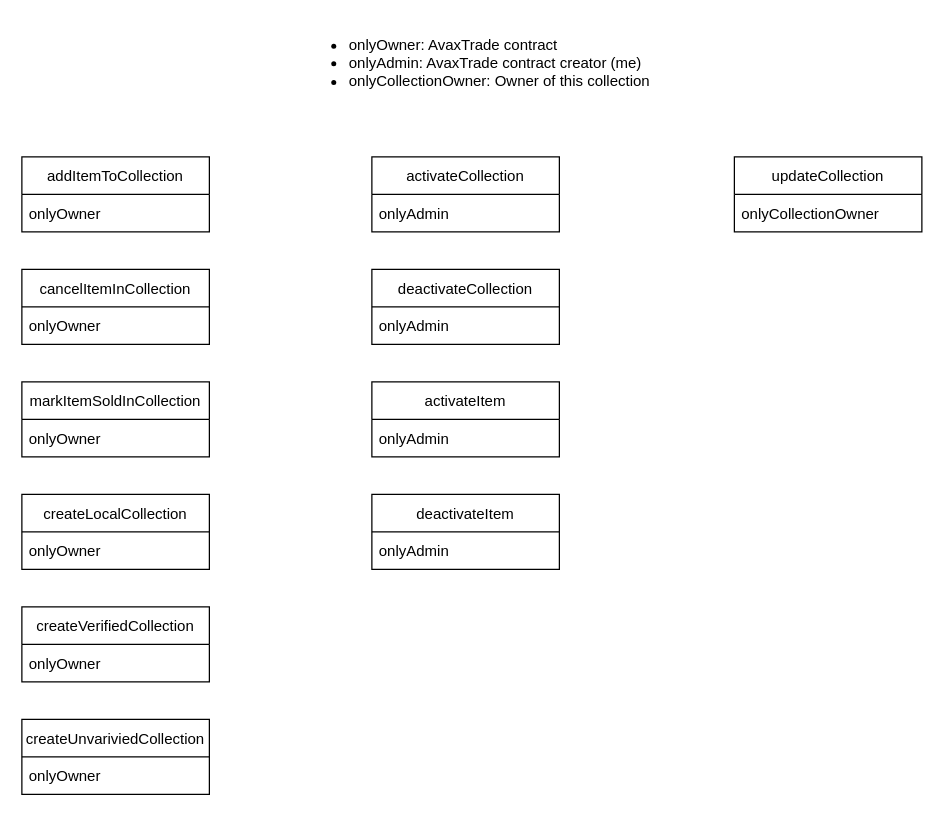
This is page "CollectionItem" (3 of 4) of diagram.drawio from Bumble-Buzz/app, a draw.io file, before an edit. Source tidied: cells renumbered, new cells numbered last; positions are measured from the earlier drawing's top-left corner, leaving out a move shared by most shapes. Both pictures are drawn from the tidied source at 125%, with x=0, y=0 at pixel (21, 31).
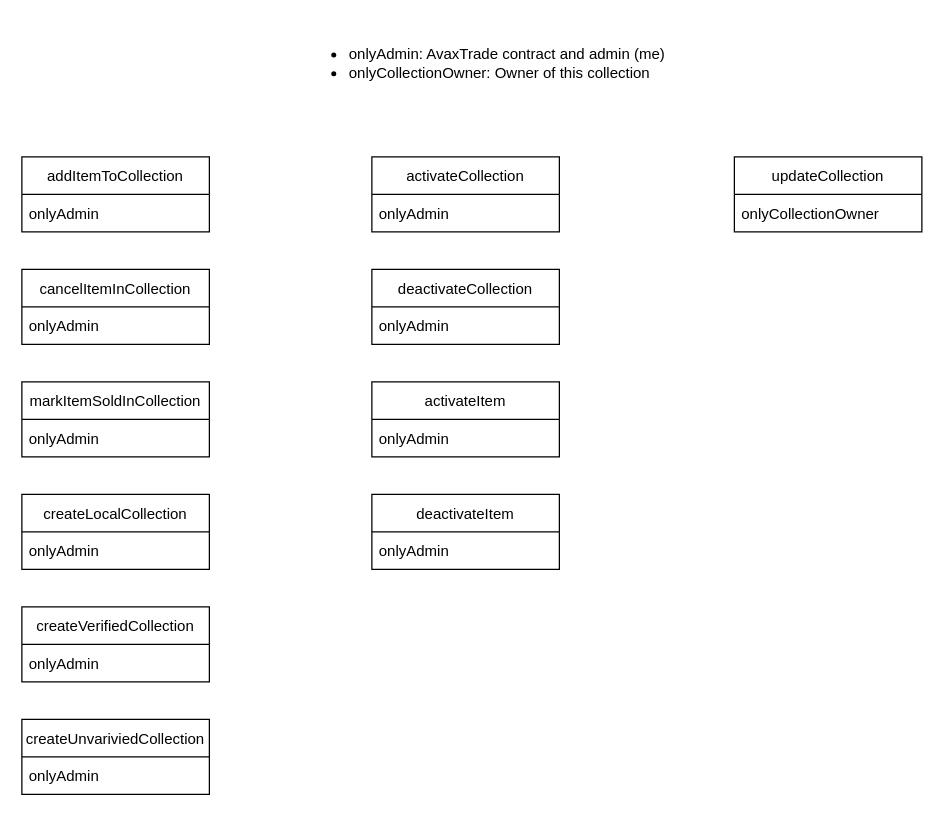
After the change.

Unchanged cells that the change refers to:
```xml
<mxCell id="2" value="addItemToCollection" style="swimlane;fontStyle=0;horizontal=1;startSize=30;" parent="1" vertex="1">
  <mxGeometry y="100" width="150" height="60" as="geometry" />
</mxCell>
<mxCell id="4" value="cancelItemInCollection" style="swimlane;fontStyle=0;horizontal=1;startSize=30;" parent="1" vertex="1">
  <mxGeometry y="190" width="150" height="60" as="geometry" />
</mxCell>
<mxCell id="6" value="markItemSoldInCollection" style="swimlane;fontStyle=0;horizontal=1;startSize=30;" parent="1" vertex="1">
  <mxGeometry y="280" width="150" height="60" as="geometry" />
</mxCell>
<mxCell id="9" value="createLocalCollection" style="swimlane;fontStyle=0;horizontal=1;startSize=30;" parent="1" vertex="1">
  <mxGeometry y="370" width="150" height="60" as="geometry" />
</mxCell>
<mxCell id="11" value="createVerifiedCollection" style="swimlane;fontStyle=0;horizontal=1;startSize=30;" parent="1" vertex="1">
  <mxGeometry y="460" width="150" height="60" as="geometry" />
</mxCell>
<mxCell id="13" value="createUnvariviedCollection" style="swimlane;fontStyle=0;horizontal=1;startSize=30;" parent="1" vertex="1">
  <mxGeometry y="550" width="150" height="60" as="geometry" />
</mxCell>
```

Diff of the diagram source:
```diff
@@
-    <mxCell id="3" value="onlyOwner" style="text;strokeColor=none;fillColor=none;align=left;verticalAlign=middle;spacingLeft=4;spacingRight=4;overflow=hidden;" parent="2" vertex="1">
+    <mxCell id="3" value="onlyAdmin" style="text;strokeColor=none;fillColor=none;align=left;verticalAlign=middle;spacingLeft=4;spacingRight=4;overflow=hidden;" parent="2" vertex="1">
       <mxGeometry y="30" width="150" height="30" as="geometry" />
     </mxCell>
@@
-    <mxCell id="5" value="onlyOwner" style="text;strokeColor=none;fillColor=none;align=left;verticalAlign=middle;spacingLeft=4;spacingRight=4;overflow=hidden;" parent="4" vertex="1">
+    <mxCell id="5" value="onlyAdmin" style="text;strokeColor=none;fillColor=none;align=left;verticalAlign=middle;spacingLeft=4;spacingRight=4;overflow=hidden;" parent="4" vertex="1">
       <mxGeometry y="30" width="150" height="30" as="geometry" />
     </mxCell>
@@
-    <mxCell id="7" value="onlyOwner" style="text;strokeColor=none;fillColor=none;align=left;verticalAlign=middle;spacingLeft=4;spacingRight=4;overflow=hidden;" parent="6" vertex="1">
+    <mxCell id="7" value="onlyAdmin" style="text;strokeColor=none;fillColor=none;align=left;verticalAlign=middle;spacingLeft=4;spacingRight=4;overflow=hidden;" parent="6" vertex="1">
       <mxGeometry y="30" width="150" height="30" as="geometry" />
     </mxCell>
-    <mxCell id="8" value="&lt;ul&gt;&lt;li&gt;&lt;span&gt;onlyOwner: AvaxTrade contract&lt;/span&gt;&lt;/li&gt;&lt;li&gt;&lt;span&gt;onlyAdmin: AvaxTrade contract creator (me)&lt;/span&gt;&lt;/li&gt;&lt;li&gt;&lt;span&gt;onlyCollectionOwner: Owner of this collection&lt;/span&gt;&lt;/li&gt;&lt;/ul&gt;" style="text;html=1;strokeColor=none;fillColor=none;align=left;verticalAlign=middle;whiteSpace=wrap;rounded=0;" parent="1" vertex="1">
+    <mxCell id="8" value="&lt;ul&gt;&lt;li&gt;&lt;span&gt;onlyAdmin: AvaxTrade contract and&lt;/span&gt;&lt;span&gt;&amp;nbsp;admin (me)&lt;/span&gt;&lt;br&gt;&lt;/li&gt;&lt;li&gt;&lt;span&gt;onlyCollectionOwner: Owner of this collection&lt;/span&gt;&lt;/li&gt;&lt;/ul&gt;" style="text;html=1;strokeColor=none;fillColor=none;align=left;verticalAlign=middle;whiteSpace=wrap;rounded=0;" parent="1" vertex="1">
       <mxGeometry x="220" width="316" height="50" as="geometry" />
     </mxCell>
@@
-    <mxCell id="10" value="onlyOwner" style="text;strokeColor=none;fillColor=none;align=left;verticalAlign=middle;spacingLeft=4;spacingRight=4;overflow=hidden;" parent="9" vertex="1">
+    <mxCell id="10" value="onlyAdmin" style="text;strokeColor=none;fillColor=none;align=left;verticalAlign=middle;spacingLeft=4;spacingRight=4;overflow=hidden;" parent="9" vertex="1">
       <mxGeometry y="30" width="150" height="30" as="geometry" />
     </mxCell>
@@
-    <mxCell id="12" value="onlyOwner" style="text;strokeColor=none;fillColor=none;align=left;verticalAlign=middle;spacingLeft=4;spacingRight=4;overflow=hidden;" parent="11" vertex="1">
+    <mxCell id="12" value="onlyAdmin" style="text;strokeColor=none;fillColor=none;align=left;verticalAlign=middle;spacingLeft=4;spacingRight=4;overflow=hidden;" parent="11" vertex="1">
       <mxGeometry y="30" width="150" height="30" as="geometry" />
     </mxCell>
@@
-    <mxCell id="14" value="onlyOwner" style="text;strokeColor=none;fillColor=none;align=left;verticalAlign=middle;spacingLeft=4;spacingRight=4;overflow=hidden;" parent="13" vertex="1">
+    <mxCell id="14" value="onlyAdmin" style="text;strokeColor=none;fillColor=none;align=left;verticalAlign=middle;spacingLeft=4;spacingRight=4;overflow=hidden;" parent="13" vertex="1">
       <mxGeometry y="30" width="150" height="30" as="geometry" />
     </mxCell>
```
